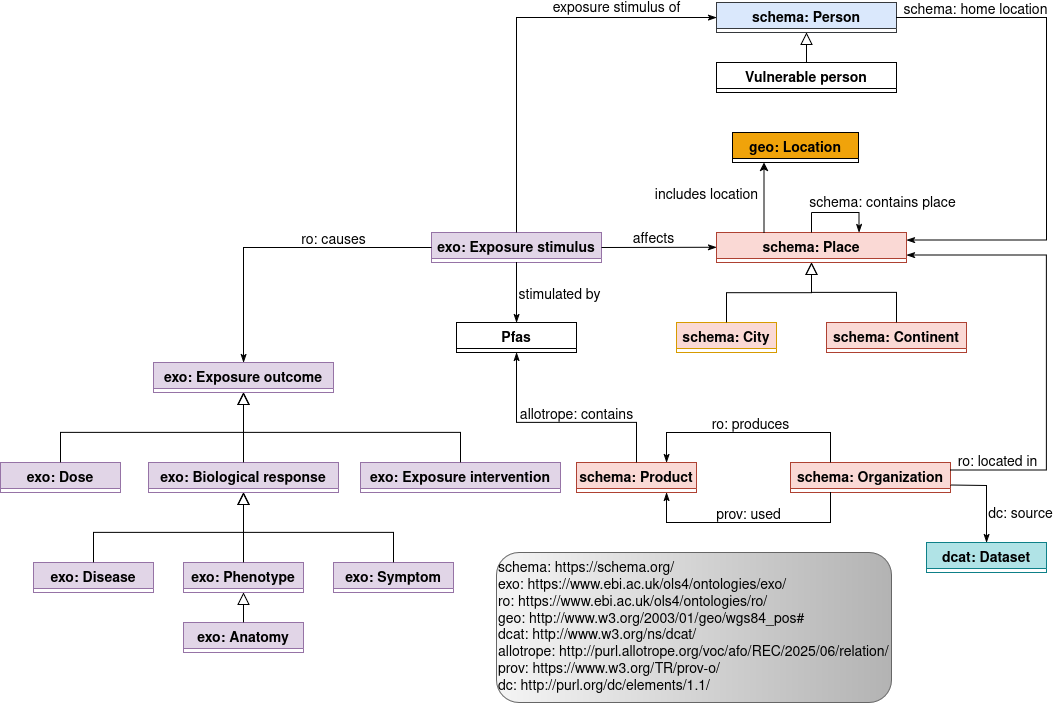
Earlier version of the draw.io export ontology/schemas/schema_exposure.png (davide1797/OntoPFAS). Source tidied: cells renumbered, new cells last; positions are measured from the earlier drawing's top-left corner, leaving out a move shared by most shapes.
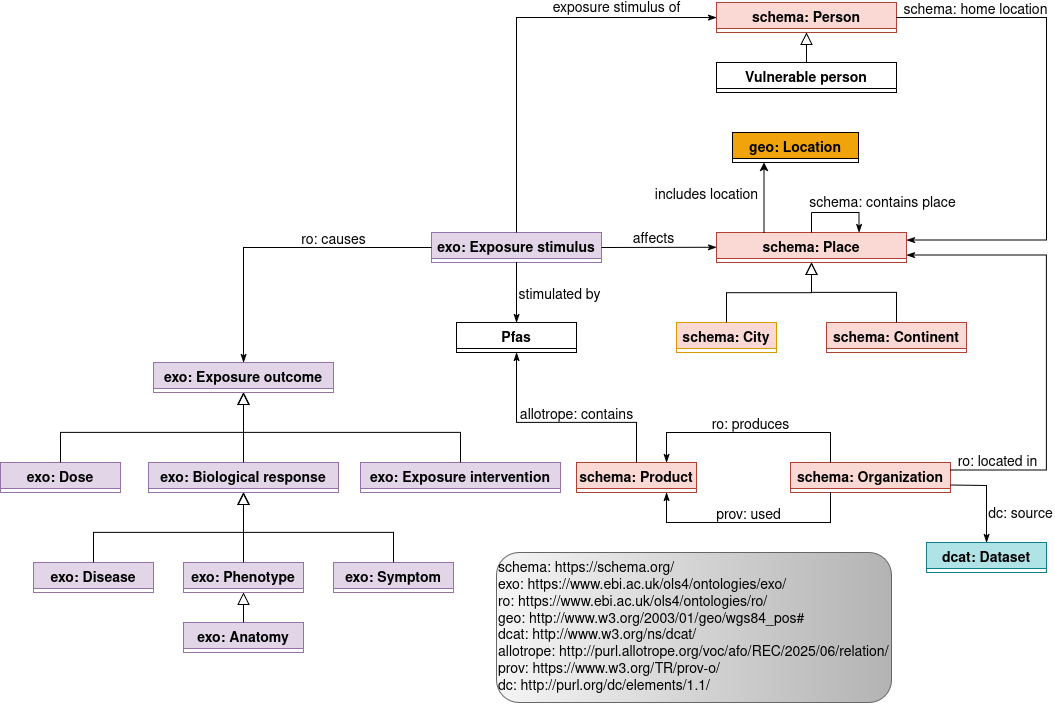
Above is the later version.

Change to the diagram source:
```diff
@@ -59,7 +59,7 @@
     <mxCell id="16" style="endArrow=block;endSize=10;endFill=0;shadow=0;strokeWidth=1;rounded=0;curved=0;edgeStyle=elbowEdgeStyle;elbow=vertical;entryX=0.5;entryY=1;entryDx=0;entryDy=0;exitX=0.5;exitY=0;exitDx=0;exitDy=0;" parent="1" edge="1" source="6" target="7">
       <mxGeometry relative="1" as="geometry" />
     </mxCell>
-    <mxCell id="17" value="schema: Person" style="swimlane;fontStyle=1;align=center;verticalAlign=top;horizontal=1;startSize=26;rounded=0;shadow=0;strokeWidth=1;fontSize=14;fillColor=#DAE8FC;strokeColor=#36393d;" parent="1" vertex="1">
+    <mxCell id="17" value="schema: Person" style="swimlane;fontStyle=1;align=center;verticalAlign=top;horizontal=1;startSize=26;rounded=0;shadow=0;strokeWidth=1;fontSize=14;fillColor=#FAD9D5;strokeColor=#AE4132;" parent="1" vertex="1">
       <mxGeometry x="716" width="180" height="30" as="geometry" />
     </mxCell>
     <mxCell id="18" value="Vulnerable person" style="swimlane;fontStyle=1;align=center;verticalAlign=top;horizontal=1;startSize=26;rounded=0;shadow=0;strokeWidth=1;fontSize=14;" parent="1" vertex="1">
```
